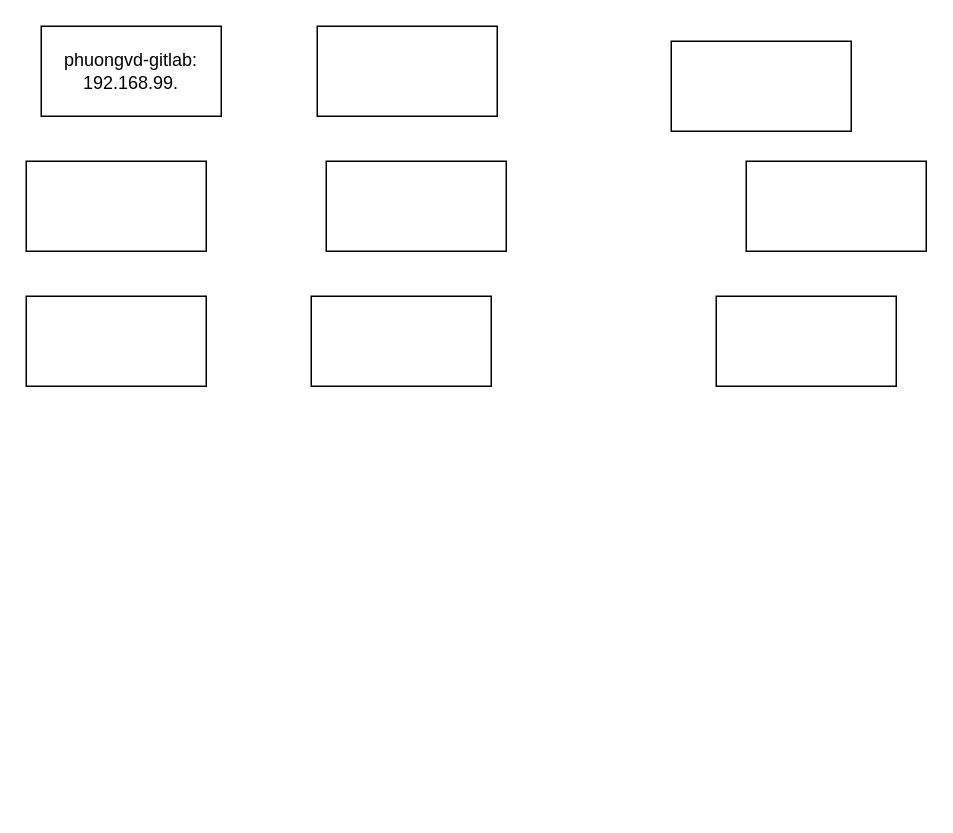
phuongvd7/rancherdocker keeps this draw.io diagram as Biểu đồ không có tiêu đề.drawio. Above is the earlier version. Source tidied: cells renumbered, new cells numbered last; positions are measured from the earlier drawing's top-left corner, leaving out a move shared by most shapes. Both pictures are drawn from the tidied source at 150%, with x=0, y=0 at pixel (26, 26).
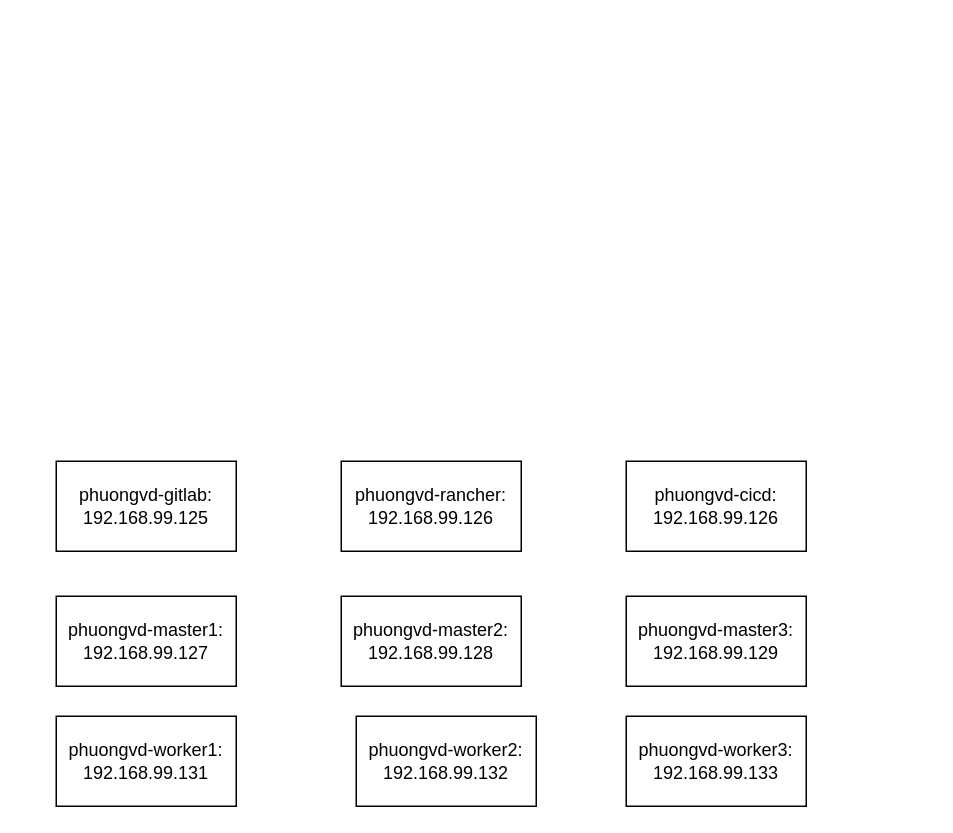
Above is the later version.

The edit, as a diff of the source:
```diff
@@
 <mxGraphModel>
   <root>
     <mxCell id="0" />
     <mxCell id="1" parent="0" />
-    <mxCell id="2" value="phuongvd-gitlab:&lt;br&gt;192.168.99." style="rounded=0;whiteSpace=wrap;html=1;" parent="1" vertex="1">
-      <mxGeometry x="10" width="120" height="60" as="geometry" />
+    <mxCell id="2" value="phuongvd-gitlab:&lt;br&gt;192.168.99.125" style="rounded=0;whiteSpace=wrap;html=1;" parent="1" vertex="1">
+      <mxGeometry x="20" y="290" width="120" height="60" as="geometry" />
     </mxCell>
-    <mxCell id="3" style="rounded=0;whiteSpace=wrap;html=1;" parent="1" vertex="1">
-      <mxGeometry x="194" width="120" height="60" as="geometry" />
+    <mxCell id="3" value="phuongvd-rancher:&lt;br style=&quot;border-color: var(--border-color);&quot;&gt;192.168.99.126" style="rounded=0;whiteSpace=wrap;html=1;" parent="1" vertex="1">
+      <mxGeometry x="210" y="290" width="120" height="60" as="geometry" />
     </mxCell>
-    <mxCell id="4" style="rounded=0;whiteSpace=wrap;html=1;" parent="1" vertex="1">
-      <mxGeometry x="430" y="10" width="120" height="60" as="geometry" />
+    <mxCell id="4" value="phuongvd-cicd:&lt;br style=&quot;border-color: var(--border-color);&quot;&gt;192.168.99.126" style="rounded=0;whiteSpace=wrap;html=1;" parent="1" vertex="1">
+      <mxGeometry x="400" y="290" width="120" height="60" as="geometry" />
     </mxCell>
-    <mxCell id="5" style="rounded=0;whiteSpace=wrap;html=1;" parent="1" vertex="1">
-      <mxGeometry x="480" y="90" width="120" height="60" as="geometry" />
-    </mxCell>
-    <mxCell id="6" style="rounded=0;whiteSpace=wrap;html=1;" parent="1" vertex="1">
-      <mxGeometry x="200" y="90" width="120" height="60" as="geometry" />
-    </mxCell>
-    <mxCell id="7" style="rounded=0;whiteSpace=wrap;html=1;" parent="1" vertex="1">
-      <mxGeometry y="90" width="120" height="60" as="geometry" />
-    </mxCell>
-    <mxCell id="8" style="rounded=0;whiteSpace=wrap;html=1;" parent="1" vertex="1">
-      <mxGeometry y="180" width="120" height="60" as="geometry" />
-    </mxCell>
-    <mxCell id="9" style="rounded=0;whiteSpace=wrap;html=1;" parent="1" vertex="1">
-      <mxGeometry x="190" y="180" width="120" height="60" as="geometry" />
-    </mxCell>
-    <mxCell id="10" style="rounded=0;whiteSpace=wrap;html=1;" parent="1" vertex="1">
-      <mxGeometry x="460" y="180" width="120" height="60" as="geometry" />
-    </mxCell>
+    <mxCell id="11" value="phuongvd-master1:&lt;br&gt;192.168.99.127" style="rounded=0;whiteSpace=wrap;html=1;" parent="1" vertex="1">
+      <mxGeometry x="20" y="380" width="120" height="60" as="geometry" />
+    </mxCell>
+    <mxCell id="12" value="phuongvd-master2:&lt;br&gt;192.168.99.128" style="rounded=0;whiteSpace=wrap;html=1;" parent="1" vertex="1">
+      <mxGeometry x="210" y="380" width="120" height="60" as="geometry" />
+    </mxCell>
+    <mxCell id="13" value="phuongvd-master3:&lt;br&gt;192.168.99.129" style="rounded=0;whiteSpace=wrap;html=1;" parent="1" vertex="1">
+      <mxGeometry x="400" y="380" width="120" height="60" as="geometry" />
+    </mxCell>
+    <mxCell id="14" value="phuongvd-worker1:&lt;br&gt;192.168.99.131" style="rounded=0;whiteSpace=wrap;html=1;" parent="1" vertex="1">
+      <mxGeometry x="20" y="460" width="120" height="60" as="geometry" />
+    </mxCell>
+    <mxCell id="15" value="phuongvd-worker2:&lt;br&gt;192.168.99.132" style="rounded=0;whiteSpace=wrap;html=1;" parent="1" vertex="1">
+      <mxGeometry x="220" y="460" width="120" height="60" as="geometry" />
+    </mxCell>
+    <mxCell id="16" value="phuongvd-worker3:&lt;br&gt;192.168.99.133" style="rounded=0;whiteSpace=wrap;html=1;" parent="1" vertex="1">
+      <mxGeometry x="400" y="460" width="120" height="60" as="geometry" />
+    </mxCell>
   </root>
 </mxGraphModel>
```
